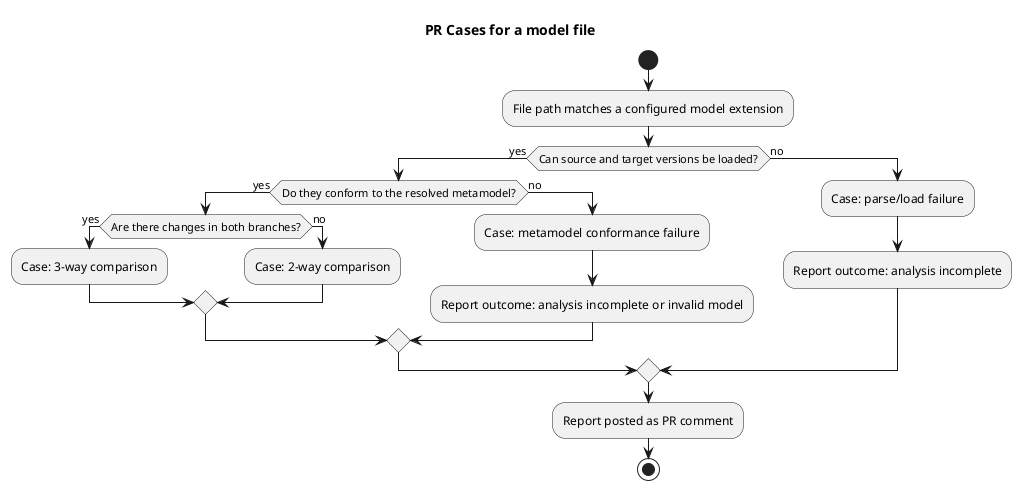
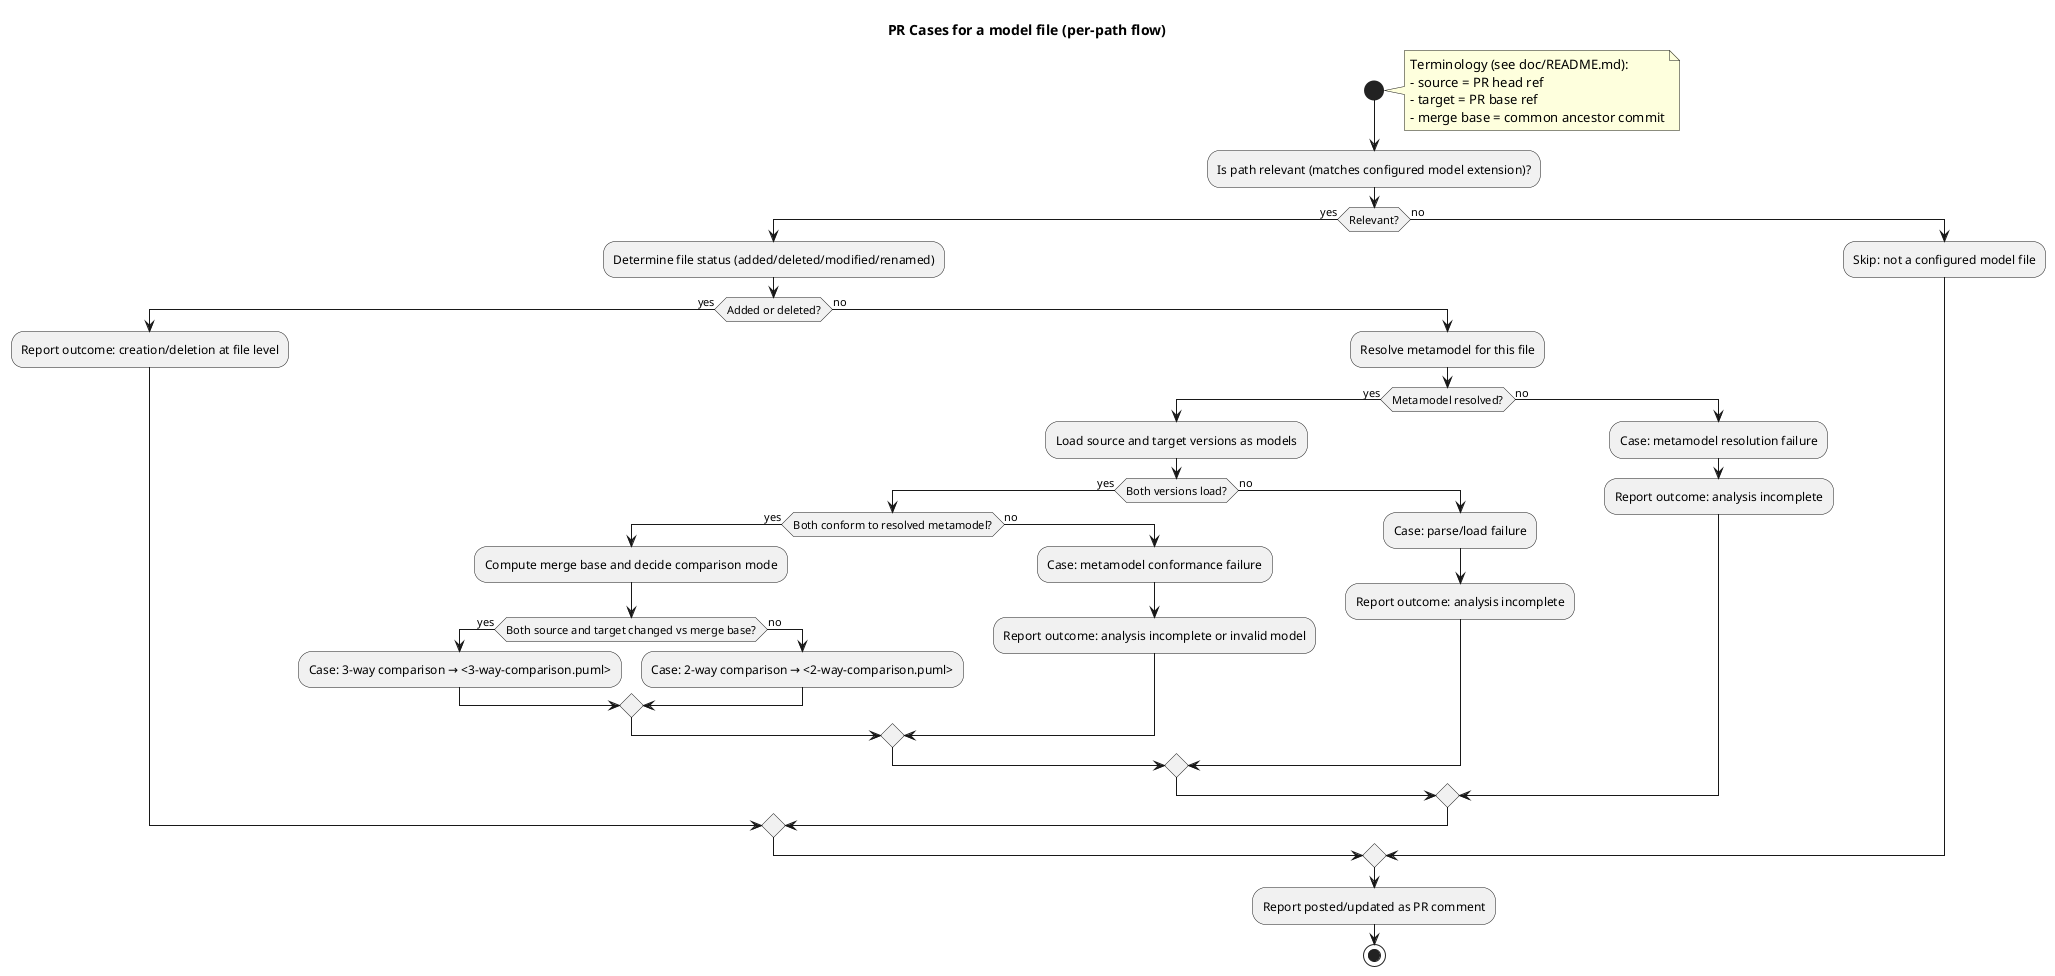
@startuml pr-model-file-cases-all
- title PR Cases for a model file
+ title PR Cases for a model file (per-path flow)

start

- :File path matches a configured model extension;
+ note right
+   Terminology (see doc/README.md):
+   - source = PR head ref
+   - target = PR base ref
+   - merge base = common ancestor commit
+ end note

- if (Can source and target versions be loaded?) then (yes)
-   if (Do they conform to the resolved metamodel?) then (yes)
+ :Is path relevant (matches configured model extension)?;
+ if (Relevant?) then (yes)
+   :Determine file status (added/deleted/modified/renamed);

-     if (Are there changes in both branches?) then (yes)
-       :Case: 3-way comparison;
+   if (Added or deleted?) then (yes)
+     :Report outcome: creation/deletion at file level;
+   else (no)
+     :Resolve metamodel for this file;
+     if (Metamodel resolved?) then (yes)
+       :Load source and target versions as models;
+       if (Both versions load?) then (yes)
+         if (Both conform to resolved metamodel?) then (yes)
+           :Compute merge base and decide comparison mode;
+           if (Both source and target changed vs merge base?) then (yes)
+             :Case: 3-way comparison → <3-way-comparison.puml>;
+           else (no)
+             :Case: 2-way comparison → <2-way-comparison.puml>;
+           endif
+         else (no)
+           :Case: metamodel conformance failure;
+           :Report outcome: analysis incomplete or invalid model;
+         endif
+       else (no)
+         :Case: parse/load failure;
+         :Report outcome: analysis incomplete;
+       endif
    else (no)
-       :Case: 2-way comparison;
+       :Case: metamodel resolution failure;
+       :Report outcome: analysis incomplete;
    endif
+   endif

-   else (no)
-     :Case: metamodel conformance failure;
-     :Report outcome: analysis incomplete or invalid model;
-   endif
else (no)
-   :Case: parse/load failure;
-   :Report outcome: analysis incomplete;
+   :Skip: not a configured model file;
endif

- :Report posted as PR comment;
+ :Report posted/updated as PR comment;

stop
- @enduml+ @enduml
